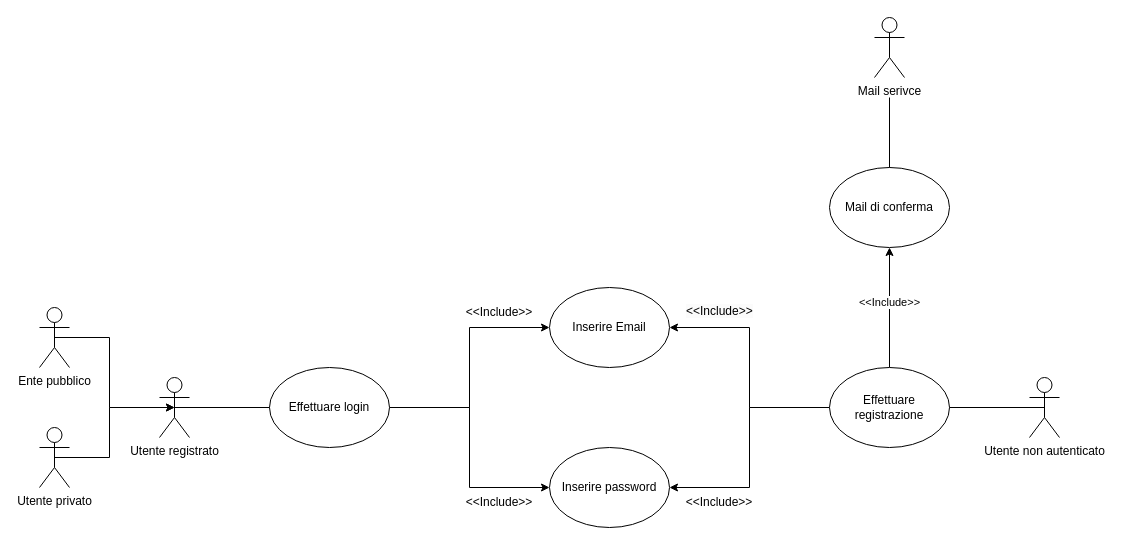
This is page "Login" (1 of 2) of NuovoUserCase.drawio from LucaBarbolini/Prova1, a draw.io file, before an edit. Source tidied: cells renumbered, new cells numbered last; positions are measured from the earlier drawing's top-left corner, leaving out a move shared by most shapes. Both pictures are drawn from the tidied source at 100%, with x=0, y=0 at pixel (39, 17).
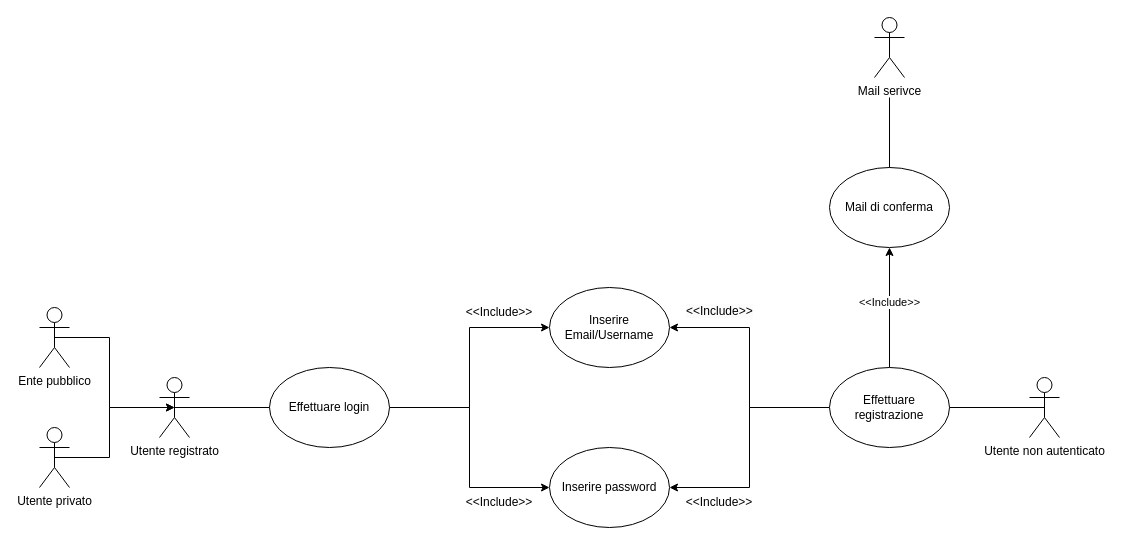
After the change.

Change to the diagram source:
```diff
@@
-    <mxCell id="9" value="Inserire Email" style="ellipse;whiteSpace=wrap;html=1;" parent="1" vertex="1">
+    <mxCell id="9" value="Inserire Email/Username" style="ellipse;whiteSpace=wrap;html=1;" parent="1" vertex="1">
       <mxGeometry x="510" y="270" width="120" height="80" as="geometry" />
     </mxCell>
```
